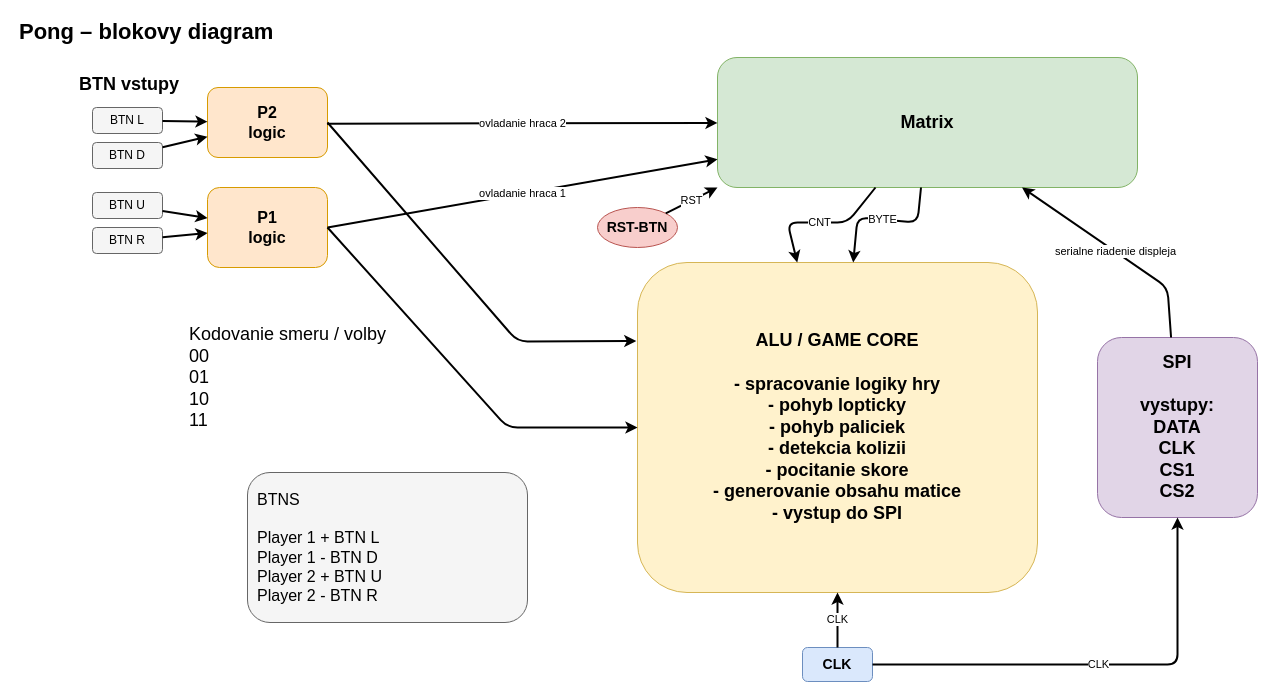
Before: pong_block_diagram.drawio in laurel124/DE1_Project, a draw.io diagram. Source tidied: cells renumbered, new cells numbered last; positions are measured from the earlier drawing's top-left corner, leaving out a move shared by most shapes. Both pictures are drawn from the tidied source at 100%, with x=0, y=0 at pixel (17, 17).
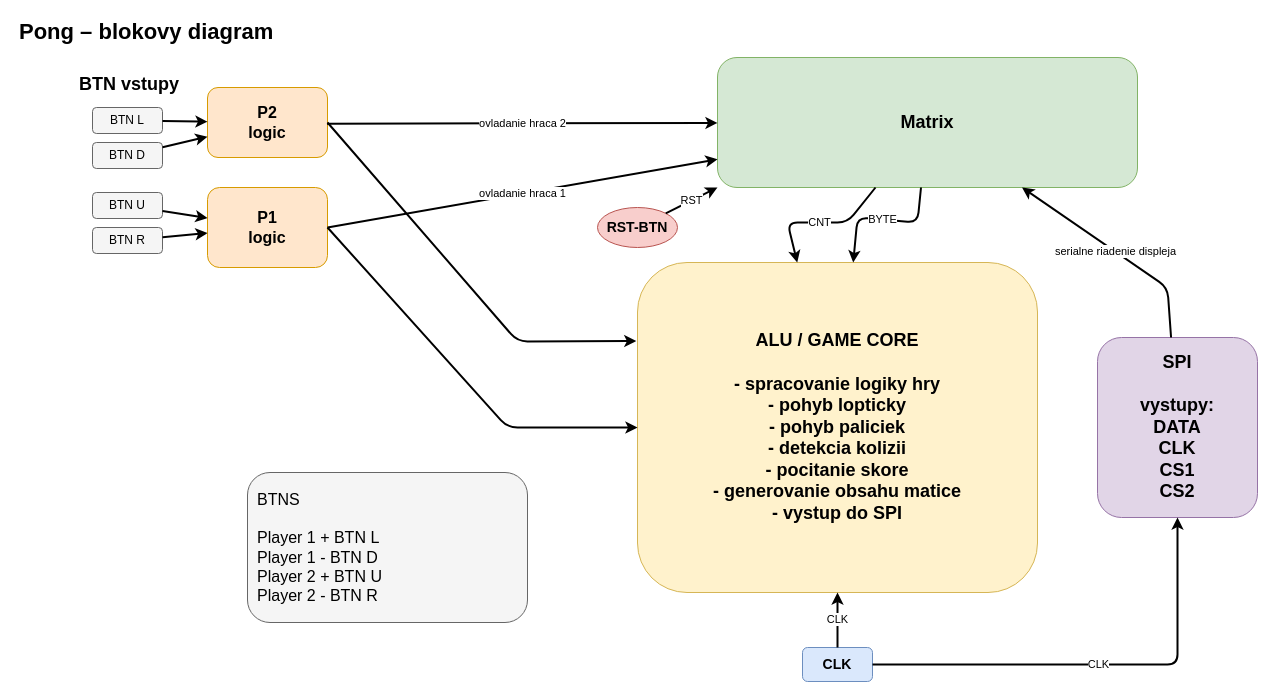
The same page after the edit.

Diff of the diagram source:
```diff
@@
-    <mxCell id="15" value="Kodovanie smeru / volby&#10;00&#10;01&#10;10&#10;11" style="text;html=1;strokeColor=none;fillColor=none;align=left;fontSize=18;" parent="1" vertex="1">
-      <mxGeometry x="170" y="300" width="130" height="120" as="geometry" />
-    </mxCell>
```
